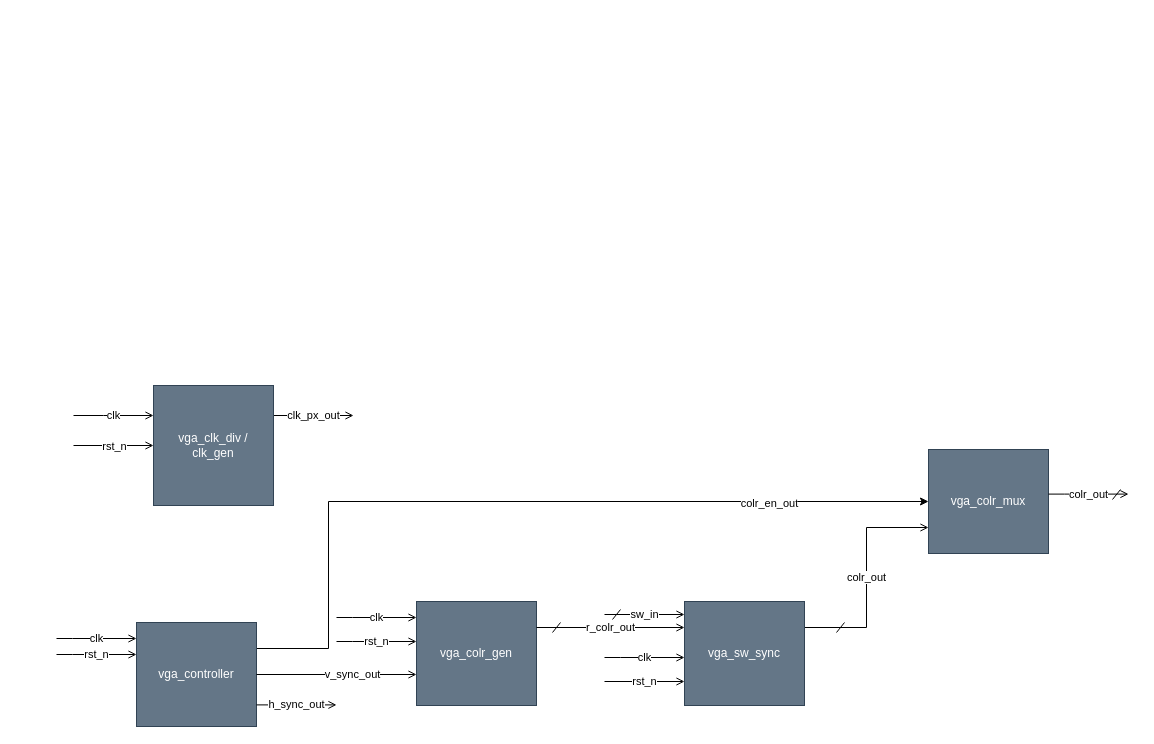
The draw.io diagram page "top_arch_V1" (1 of 2) of docs/top_lvl_block_diagram.drawio in T-Szymk/VGA_Controller, before the edit. Source tidied: cells renumbered, new cells numbered last; positions are measured from the earlier drawing's top-left corner, leaving out a move shared by most shapes. Both pictures are drawn from the tidied source at 100%, with x=0, y=0 at pixel (56, 385).
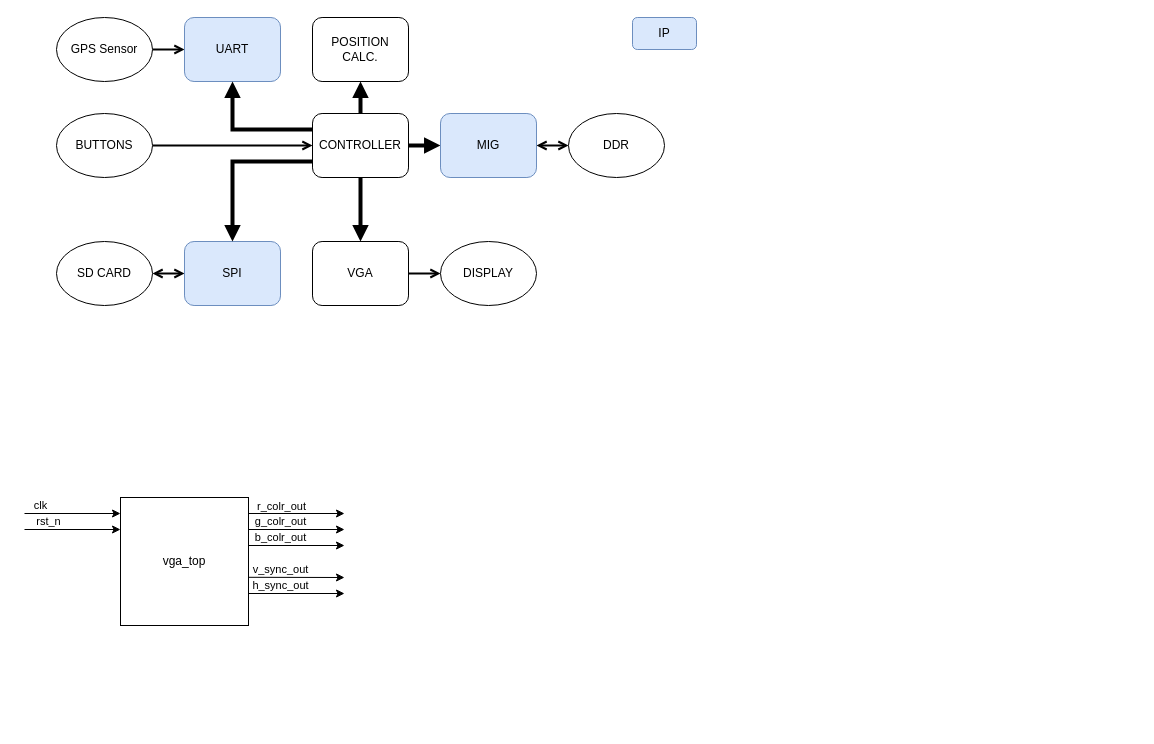
The same page after the edit.

Commit message (it also covers changes not shown here):
updated architecture diagram

Change to the diagram source:
```diff
@@
-    <mxCell id="2" value="clk" style="edgeStyle=orthogonalEdgeStyle;rounded=0;jettySize=auto;html=1;exitX=0;exitY=0.25;exitDx=0;exitDy=0;endArrow=none;endFill=0;startArrow=open;startFill=0;" parent="1" edge="1" source="5">
-      <mxGeometry relative="1" as="geometry">
-        <mxPoint x="17" y="30" as="targetPoint" />
-        <Array as="points">
-          <mxPoint x="47" y="30" />
-          <mxPoint x="47" y="30" />
-        </Array>
-      </mxGeometry>
-    </mxCell>
-    <mxCell id="3" value="rst_n" style="edgeStyle=orthogonalEdgeStyle;rounded=0;jettySize=auto;html=1;exitX=0;exitY=0.5;exitDx=0;exitDy=0;startArrow=open;startFill=0;endArrow=none;endFill=0;" parent="1" edge="1" source="5">
-      <mxGeometry relative="1" as="geometry">
-        <mxPoint x="17" y="60" as="targetPoint" />
-      </mxGeometry>
-    </mxCell>
-    <mxCell id="4" value="clk_px_out" style="edgeStyle=orthogonalEdgeStyle;rounded=0;jettySize=auto;html=1;exitX=1;exitY=0.25;exitDx=0;exitDy=0;startArrow=none;startFill=0;endArrow=open;endFill=0;" parent="1" edge="1" source="5">
-      <mxGeometry relative="1" as="geometry">
-        <mxPoint x="297" y="30" as="targetPoint" />
-      </mxGeometry>
-    </mxCell>
-    <mxCell id="5" value="vga_clk_div / &lt;br&gt;clk_gen" style="rounded=0;whiteSpace=wrap;html=1;fillColor=#647687;strokeColor=#314354;fontColor=#ffffff;" parent="1" vertex="1">
-      <mxGeometry x="97" width="120" height="120" as="geometry" />
-    </mxCell>
-    <mxCell id="6" value="clk" style="edgeStyle=orthogonalEdgeStyle;rounded=0;orthogonalLoop=1;jettySize=auto;html=1;endArrow=none;endFill=0;startArrow=open;startFill=0;" parent="1" edge="1">
-      <mxGeometry relative="1" as="geometry">
-        <mxPoint x="628" y="272" as="sourcePoint" />
-        <mxPoint x="548" y="272" as="targetPoint" />
-        <Array as="points">
-          <mxPoint x="564" y="272" />
-          <mxPoint x="564" y="272" />
-        </Array>
-      </mxGeometry>
-    </mxCell>
-    <mxCell id="7" value="rst_n" style="edgeStyle=orthogonalEdgeStyle;rounded=0;orthogonalLoop=1;jettySize=auto;html=1;startArrow=open;startFill=0;endArrow=none;endFill=0;" parent="1" edge="1">
-      <mxGeometry relative="1" as="geometry">
-        <mxPoint x="628" y="296" as="sourcePoint" />
-        <mxPoint x="548" y="296" as="targetPoint" />
-        <Array as="points">
-          <mxPoint x="628" y="296" />
-          <mxPoint x="548" y="296" />
-        </Array>
-      </mxGeometry>
-    </mxCell>
-    <mxCell id="8" value="colr_out" style="edgeStyle=orthogonalEdgeStyle;rounded=0;jettySize=auto;html=1;exitX=1;exitY=0.25;exitDx=0;exitDy=0;startArrow=none;startFill=0;endArrow=open;endFill=0;entryX=0;entryY=0.75;entryDx=0;entryDy=0;" parent="1" edge="1" source="9" target="20">
-      <mxGeometry relative="1" as="geometry" />
-    </mxCell>
-    <mxCell id="9" value="vga_sw_sync" style="rounded=0;whiteSpace=wrap;html=1;fillColor=#647687;strokeColor=#314354;fontColor=#ffffff;" parent="1" vertex="1">
-      <mxGeometry x="628" y="216" width="120" height="104" as="geometry" />
-    </mxCell>
-    <mxCell id="10" style="group;" parent="1" vertex="1">
-      <mxGeometry x="548" y="224" width="80" height="10" as="geometry" />
-    </mxCell>
-    <mxCell id="11" value="sw_in" style="edgeStyle=orthogonalEdgeStyle;rounded=0;orthogonalLoop=1;jettySize=auto;html=1;startArrow=open;startFill=0;endArrow=none;endFill=0;" parent="10" edge="1">
-      <mxGeometry relative="1" as="geometry">
-        <mxPoint x="80" y="5" as="sourcePoint" />
-        <mxPoint y="5" as="targetPoint" />
-        <Array as="points">
-          <mxPoint x="80" y="5" />
-          <mxPoint y="5" />
-        </Array>
-      </mxGeometry>
-    </mxCell>
-    <mxCell id="12" style="endArrow=none;html=1;rounded=0;" parent="10" edge="1">
-      <mxGeometry relative="1" as="geometry">
-        <mxPoint x="8" y="10" as="sourcePoint" />
-        <mxPoint x="16" as="targetPoint" />
-      </mxGeometry>
-    </mxCell>
-    <mxCell id="13" style="edgeStyle=orthogonalEdgeStyle;rounded=0;jettySize=auto;html=1;exitX=1;exitY=0.25;exitDx=0;exitDy=0;entryX=0;entryY=0.5;entryDx=0;entryDy=0;" parent="1" edge="1" source="15" target="20">
-      <mxGeometry relative="1" as="geometry">
-        <Array as="points">
-          <mxPoint x="272" y="263" />
-          <mxPoint x="272" y="116" />
-        </Array>
-      </mxGeometry>
-    </mxCell>
-    <mxCell id="14" value="colr_en_out" style="edgeLabel;html=1;align=center;verticalAlign=middle;" parent="13" vertex="1">
-      <mxGeometry x="0.61" y="-1" relative="1" as="geometry" />
-    </mxCell>
-    <mxCell id="15" value="vga_controller" style="rounded=0;whiteSpace=wrap;html=1;fillColor=#647687;strokeColor=#314354;fontColor=#ffffff;" parent="1" vertex="1">
-      <mxGeometry x="80" y="237" width="120" height="104" as="geometry" />
-    </mxCell>
-    <mxCell id="16" value="clk" style="edgeStyle=orthogonalEdgeStyle;rounded=0;orthogonalLoop=1;jettySize=auto;html=1;endArrow=none;endFill=0;startArrow=open;startFill=0;" parent="1" edge="1">
-      <mxGeometry relative="1" as="geometry">
-        <mxPoint x="80" y="253" as="sourcePoint" />
-        <mxPoint y="253" as="targetPoint" />
-        <Array as="points">
-          <mxPoint x="16" y="253" />
-          <mxPoint x="16" y="253" />
-        </Array>
-      </mxGeometry>
-    </mxCell>
-    <mxCell id="17" value="rst_n" style="edgeStyle=orthogonalEdgeStyle;rounded=0;orthogonalLoop=1;jettySize=auto;html=1;endArrow=none;endFill=0;startArrow=open;startFill=0;" parent="1" edge="1">
-      <mxGeometry relative="1" as="geometry">
-        <mxPoint x="80" y="269" as="sourcePoint" />
-        <mxPoint y="269" as="targetPoint" />
-        <Array as="points">
-          <mxPoint x="16" y="269" />
-          <mxPoint x="16" y="269" />
-        </Array>
-      </mxGeometry>
-    </mxCell>
+    <mxCell id="35" value="vga_top" style="rounded=0;whiteSpace=wrap;html=1;" parent="1" vertex="1">
+      <mxGeometry x="64" y="112" width="128" height="128" as="geometry" />
+    </mxCell>
+    <mxCell id="36" style="endArrow=classic;html=1;rounded=0;" parent="1" edge="1">
+      <mxGeometry relative="1" as="geometry">
+        <mxPoint x="192" y="128" as="sourcePoint" />
+        <mxPoint x="288" y="128" as="targetPoint" />
+      </mxGeometry>
+    </mxCell>
+    <mxCell id="31" value="r_colr_out" style="edgeLabel;html=1;align=center;verticalAlign=middle;" parent="36" vertex="1">
+      <mxGeometry x="0.44" y="-1" relative="1" as="geometry">
+        <mxPoint x="-37" y="-9" as="offset" />
+      </mxGeometry>
+    </mxCell>
+    <mxCell id="37" value="g_colr_out" style="endArrow=classic;html=1;rounded=0;" parent="1" edge="1">
+      <mxGeometry x="-0.33" y="8" relative="1" as="geometry">
+        <mxPoint x="192" y="144" as="sourcePoint" />
+        <mxPoint x="288" y="144" as="targetPoint" />
+      </mxGeometry>
+    </mxCell>
+    <mxCell id="38" value="b_colr_out" style="endArrow=classic;html=1;rounded=0;" parent="1" edge="1">
+      <mxGeometry x="-0.33" y="8" relative="1" as="geometry">
+        <mxPoint x="192" y="160" as="sourcePoint" />
+        <mxPoint x="288" y="160" as="targetPoint" />
+      </mxGeometry>
+    </mxCell>
-    <mxCell id="18" value="v_sync_out" style="edgeStyle=orthogonalEdgeStyle;rounded=0;jettySize=auto;html=1;endArrow=none;endFill=0;startArrow=open;startFill=0;entryX=1;entryY=0.5;entryDx=0;entryDy=0;" parent="1" edge="1" source="25" target="15">
-      <mxGeometry x="-0.2" relative="1" as="geometry">
-        <Array as="points">
-          <mxPoint x="288" y="289" />
-          <mxPoint x="288" y="289" />
-        </Array>
+    <mxCell id="18" value="v_sync_out" style="endArrow=classic;html=1;rounded=0;" parent="1" edge="1">
+      <mxGeometry x="-0.33" y="8" relative="1" as="geometry">
+        <mxPoint x="192" y="191.8" as="sourcePoint" />
+        <mxPoint x="288" y="192" as="targetPoint" />
       </mxGeometry>
     </mxCell>
-    <mxCell id="19" value="h_sync_out" style="edgeStyle=orthogonalEdgeStyle;rounded=0;orthogonalLoop=1;jettySize=auto;html=1;endArrow=none;endFill=0;startArrow=open;startFill=0;" parent="1" edge="1">
-      <mxGeometry relative="1" as="geometry">
-        <mxPoint x="280" y="319.4" as="sourcePoint" />
-        <mxPoint x="200" y="319.4" as="targetPoint" />
-        <Array as="points">
-          <mxPoint x="216" y="319.4" />
-          <mxPoint x="216" y="319.4" />
-        </Array>
+    <mxCell id="19" value="h_sync_out" style="endArrow=classic;html=1;rounded=0;" parent="1" edge="1">
+      <mxGeometry x="-0.33" y="8" relative="1" as="geometry">
+        <mxPoint x="192" y="208" as="sourcePoint" />
+        <mxPoint x="288" y="208" as="targetPoint" />
       </mxGeometry>
     </mxCell>
-    <mxCell id="20" value="vga_colr_mux" style="rounded=0;whiteSpace=wrap;html=1;fillColor=#647687;strokeColor=#314354;fontColor=#ffffff;" parent="1" vertex="1">
-      <mxGeometry x="872" y="64" width="120" height="104" as="geometry" />
-    </mxCell>
-    <mxCell id="21" style="group;" parent="1" vertex="1">
-      <mxGeometry x="1056" y="104" width="8" height="10" as="geometry" />
-    </mxCell>
-    <mxCell id="22" style="group;" parent="21" vertex="1">
-      <mxGeometry width="8" height="10" as="geometry" />
-    </mxCell>
-    <mxCell id="23" style="endArrow=none;html=1;rounded=0;" parent="22" edge="1">
-      <mxGeometry relative="1" as="geometry">
-        <mxPoint y="10" as="sourcePoint" />
-        <mxPoint x="8" as="targetPoint" />
-      </mxGeometry>
-    </mxCell>
-    <mxCell id="24" value="colr_out" style="edgeStyle=orthogonalEdgeStyle;rounded=0;orthogonalLoop=1;jettySize=auto;html=1;endArrow=none;endFill=0;startArrow=open;startFill=0;" parent="22" edge="1">
-      <mxGeometry relative="1" as="geometry">
-        <mxPoint x="16" y="4.6" as="sourcePoint" />
-        <mxPoint x="-64" y="4.6" as="targetPoint" />
-        <Array as="points">
-          <mxPoint x="-48" y="4.6" />
-          <mxPoint x="-48" y="4.6" />
-        </Array>
-      </mxGeometry>
-    </mxCell>
-    <mxCell id="25" value="vga_colr_gen" style="rounded=0;whiteSpace=wrap;html=1;fillColor=#647687;strokeColor=#314354;fontColor=#ffffff;" parent="1" vertex="1">
-      <mxGeometry x="360" y="216" width="120" height="104" as="geometry" />
-    </mxCell>
-    <mxCell id="26" value="clk" style="edgeStyle=orthogonalEdgeStyle;rounded=0;orthogonalLoop=1;jettySize=auto;html=1;endArrow=none;endFill=0;startArrow=open;startFill=0;" parent="1" edge="1">
-      <mxGeometry relative="1" as="geometry">
-        <mxPoint x="360" y="232" as="sourcePoint" />
-        <mxPoint x="280" y="232" as="targetPoint" />
-        <Array as="points">
-          <mxPoint x="296" y="232" />
-          <mxPoint x="296" y="232" />
-        </Array>
-      </mxGeometry>
-    </mxCell>
-    <mxCell id="27" value="rst_n" style="edgeStyle=orthogonalEdgeStyle;rounded=0;orthogonalLoop=1;jettySize=auto;html=1;endArrow=none;endFill=0;startArrow=open;startFill=0;" parent="1" edge="1">
-      <mxGeometry relative="1" as="geometry">
-        <mxPoint x="360" y="256" as="sourcePoint" />
-        <mxPoint x="280" y="256" as="targetPoint" />
-        <Array as="points">
-          <mxPoint x="296" y="256" />
-          <mxPoint x="296" y="256" />
-        </Array>
-      </mxGeometry>
-    </mxCell>
-    <mxCell id="28" style="group;" parent="1" vertex="1">
-      <mxGeometry x="496" y="237" width="8" height="10" as="geometry" />
-    </mxCell>
-    <mxCell id="29" style="group;" parent="28" vertex="1">
-      <mxGeometry width="8" height="10" as="geometry" />
-    </mxCell>
-    <mxCell id="30" style="endArrow=none;html=1;rounded=0;" parent="29" edge="1">
-      <mxGeometry relative="1" as="geometry">
-        <mxPoint y="10" as="sourcePoint" />
-        <mxPoint x="8" as="targetPoint" />
-      </mxGeometry>
-    </mxCell>
-    <mxCell id="31" value="r_colr_out" style="edgeStyle=orthogonalEdgeStyle;rounded=0;jettySize=auto;html=1;endArrow=none;endFill=0;startArrow=open;startFill=0;entryX=1;entryY=0.25;entryDx=0;entryDy=0;exitX=0;exitY=0.25;exitDx=0;exitDy=0;" parent="1" edge="1" source="9" target="25">
-      <mxGeometry relative="1" as="geometry" />
-    </mxCell>
-    <mxCell id="32" style="group;" parent="1" vertex="1">
-      <mxGeometry x="780" y="237" width="10" height="10" as="geometry" />
-    </mxCell>
-    <mxCell id="33" style="group;" parent="32" vertex="1">
-      <mxGeometry width="8" height="10" as="geometry" />
-    </mxCell>
-    <mxCell id="34" style="endArrow=none;html=1;rounded=0;" parent="33" edge="1">
-      <mxGeometry relative="1" as="geometry">
-        <mxPoint y="10" as="sourcePoint" />
-        <mxPoint x="8" as="targetPoint" />
-      </mxGeometry>
-    </mxCell>
+    <mxCell id="39" value="clk" style="endArrow=classic;html=1;rounded=0;" parent="1" edge="1">
+      <mxGeometry x="-0.67" y="8" relative="1" as="geometry">
+        <mxPoint x="-32" y="128" as="sourcePoint" />
+        <mxPoint x="64" y="128" as="targetPoint" />
+      </mxGeometry>
+    </mxCell>
+    <mxCell id="40" value="rst_n" style="endArrow=classic;html=1;rounded=0;" parent="1" edge="1">
+      <mxGeometry x="-0.5" y="8" relative="1" as="geometry">
+        <mxPoint x="-32" y="144" as="sourcePoint" />
+        <mxPoint x="64" y="144" as="targetPoint" />
+      </mxGeometry>
+    </mxCell>
+    <mxCell id="41" style="edgeStyle=orthogonalEdgeStyle;rounded=0;jettySize=auto;html=1;entryX=0;entryY=0.5;entryDx=0;entryDy=0;strokeWidth=4;endArrow=block;endFill=1;exitX=1;exitY=0.5;exitDx=0;exitDy=0;" parent="1" edge="1" source="55" target="45">
+      <mxGeometry relative="1" as="geometry" />
+    </mxCell>
+    <mxCell id="42" style="edgeStyle=orthogonalEdgeStyle;rounded=0;jettySize=auto;html=1;exitX=0;exitY=0.5;exitDx=0;exitDy=0;entryX=1;entryY=0.5;entryDx=0;entryDy=0;endArrow=open;endFill=0;strokeWidth=2;startArrow=open;startFill=0;" parent="1" edge="1" source="43" target="59">
+      <mxGeometry relative="1" as="geometry" />
+    </mxCell>
+    <mxCell id="43" value="SPI" style="rounded=1;whiteSpace=wrap;html=1;fillColor=#dae8fc;strokeColor=#6c8ebf;" parent="1" vertex="1">
+      <mxGeometry x="128" y="-144" width="96" height="64" as="geometry" />
+    </mxCell>
+    <mxCell id="44" style="edgeStyle=orthogonalEdgeStyle;rounded=0;jettySize=auto;html=1;exitX=1;exitY=0.5;exitDx=0;exitDy=0;entryX=0;entryY=0.5;entryDx=0;entryDy=0;startArrow=open;startFill=0;endArrow=open;endFill=0;strokeWidth=2;" parent="1" edge="1" source="45" target="61">
+      <mxGeometry relative="1" as="geometry" />
+    </mxCell>
+    <mxCell id="45" value="MIG" style="rounded=1;whiteSpace=wrap;html=1;fillColor=#dae8fc;strokeColor=#6c8ebf;" parent="1" vertex="1">
+      <mxGeometry x="384" y="-272" width="96" height="64" as="geometry" />
+    </mxCell>
+    <mxCell id="46" style="edgeStyle=orthogonalEdgeStyle;rounded=0;jettySize=auto;html=1;exitX=0.5;exitY=1;exitDx=0;exitDy=0;entryX=0.5;entryY=0;entryDx=0;entryDy=0;endArrow=block;endFill=1;strokeWidth=4;" parent="1" edge="1" source="55" target="48">
+      <mxGeometry relative="1" as="geometry" />
+    </mxCell>
+    <mxCell id="47" style="edgeStyle=orthogonalEdgeStyle;rounded=0;jettySize=auto;html=1;exitX=1;exitY=0.5;exitDx=0;exitDy=0;entryX=0;entryY=0.5;entryDx=0;entryDy=0;startArrow=none;startFill=0;endArrow=open;endFill=0;strokeWidth=2;" parent="1" edge="1" source="48" target="57">
+      <mxGeometry relative="1" as="geometry" />
+    </mxCell>
+    <mxCell id="48" value="VGA" style="rounded=1;whiteSpace=wrap;html=1;" parent="1" vertex="1">
+      <mxGeometry x="256" y="-144" width="96" height="64" as="geometry" />
+    </mxCell>
+    <mxCell id="49" style="edgeStyle=orthogonalEdgeStyle;rounded=0;jettySize=auto;html=1;exitX=1;exitY=0.5;exitDx=0;exitDy=0;entryX=0;entryY=0.5;entryDx=0;entryDy=0;endArrow=open;endFill=0;strokeWidth=2;startArrow=none;startFill=0;" parent="1" edge="1" source="56" target="50">
+      <mxGeometry relative="1" as="geometry" />
+    </mxCell>
+    <mxCell id="50" value="UART" style="rounded=1;whiteSpace=wrap;html=1;fillColor=#dae8fc;strokeColor=#6c8ebf;" parent="1" vertex="1">
+      <mxGeometry x="128" y="-368" width="96" height="64" as="geometry" />
+    </mxCell>
+    <mxCell id="51" style="edgeStyle=orthogonalEdgeStyle;rounded=0;jettySize=auto;html=1;exitX=0.5;exitY=0;exitDx=0;exitDy=0;entryX=0.5;entryY=1;entryDx=0;entryDy=0;endArrow=block;endFill=1;strokeWidth=4;" parent="1" edge="1" source="55" target="52">
+      <mxGeometry relative="1" as="geometry" />
+    </mxCell>
+    <mxCell id="52" value="POSITION &lt;br&gt;CALC." style="rounded=1;whiteSpace=wrap;html=1;" parent="1" vertex="1">
+      <mxGeometry x="256" y="-368" width="96" height="64" as="geometry" />
+    </mxCell>
+    <mxCell id="53" style="edgeStyle=orthogonalEdgeStyle;rounded=0;jettySize=auto;html=1;exitX=0;exitY=0.75;exitDx=0;exitDy=0;entryX=0.5;entryY=0;entryDx=0;entryDy=0;endArrow=block;endFill=1;strokeWidth=4;" parent="1" edge="1" source="55" target="43">
+      <mxGeometry relative="1" as="geometry" />
+    </mxCell>
+    <mxCell id="54" style="edgeStyle=orthogonalEdgeStyle;rounded=0;jettySize=auto;html=1;exitX=0;exitY=0.25;exitDx=0;exitDy=0;entryX=0.5;entryY=1;entryDx=0;entryDy=0;startArrow=none;startFill=0;endArrow=block;endFill=1;strokeWidth=4;" parent="1" edge="1" source="55" target="50">
+      <mxGeometry relative="1" as="geometry" />
+    </mxCell>
+    <mxCell id="55" value="CONTROLLER" style="rounded=1;whiteSpace=wrap;html=1;" parent="1" vertex="1">
+      <mxGeometry x="256" y="-272" width="96" height="64" as="geometry" />
+    </mxCell>
+    <mxCell id="56" value="GPS Sensor" style="ellipse;whiteSpace=wrap;html=1;" parent="1" vertex="1">
+      <mxGeometry y="-368" width="96" height="64" as="geometry" />
+    </mxCell>
+    <mxCell id="57" value="DISPLAY" style="ellipse;whiteSpace=wrap;html=1;" parent="1" vertex="1">
+      <mxGeometry x="384" y="-144" width="96" height="64" as="geometry" />
+    </mxCell>
+    <mxCell id="58" style="edgeStyle=orthogonalEdgeStyle;rounded=0;jettySize=auto;html=1;exitX=1;exitY=0.5;exitDx=0;exitDy=0;entryX=0;entryY=0.5;entryDx=0;entryDy=0;startArrow=none;startFill=0;endArrow=open;endFill=0;strokeWidth=2;" parent="1" edge="1" source="60" target="55">
+      <mxGeometry relative="1" as="geometry" />
+    </mxCell>
+    <mxCell id="59" value="SD CARD" style="ellipse;whiteSpace=wrap;html=1;" parent="1" vertex="1">
+      <mxGeometry y="-144" width="96" height="64" as="geometry" />
+    </mxCell>
+    <mxCell id="60" value="BUTTONS" style="ellipse;whiteSpace=wrap;html=1;" parent="1" vertex="1">
+      <mxGeometry y="-272" width="96" height="64" as="geometry" />
+    </mxCell>
+    <mxCell id="61" value="DDR" style="ellipse;whiteSpace=wrap;html=1;" parent="1" vertex="1">
+      <mxGeometry x="512" y="-272" width="96" height="64" as="geometry" />
+    </mxCell>
+    <mxCell id="62" value="IP" style="rounded=1;whiteSpace=wrap;html=1;fillColor=#dae8fc;strokeColor=#6c8ebf;" parent="1" vertex="1">
+      <mxGeometry x="576" y="-368" width="64" height="32" as="geometry" />
+    </mxCell>
```
